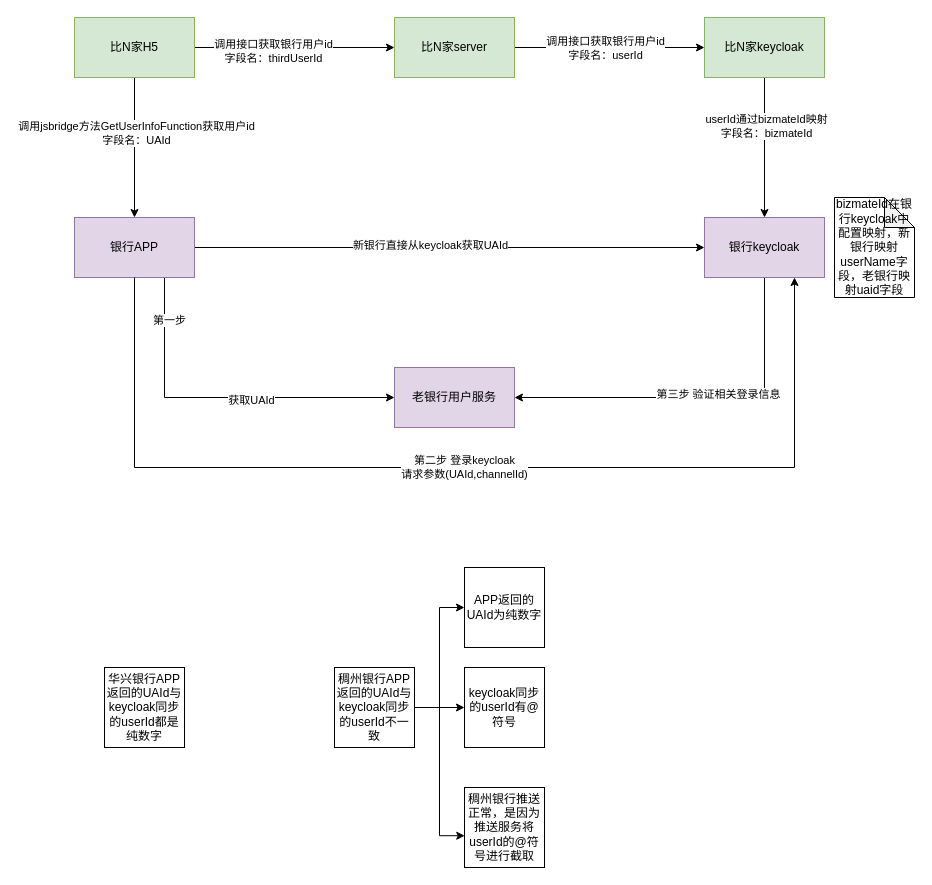
Earlier version of the draw.io diagram page "userId来源" (5 of 7) of B+.drawio (huturenji/drawio). Source tidied: cells renumbered, new cells numbered last; positions are measured from the earlier drawing's top-left corner, leaving out a move shared by most shapes. Both pictures are drawn from the tidied source at 100%, with x=0, y=0 at pixel (74, 17).
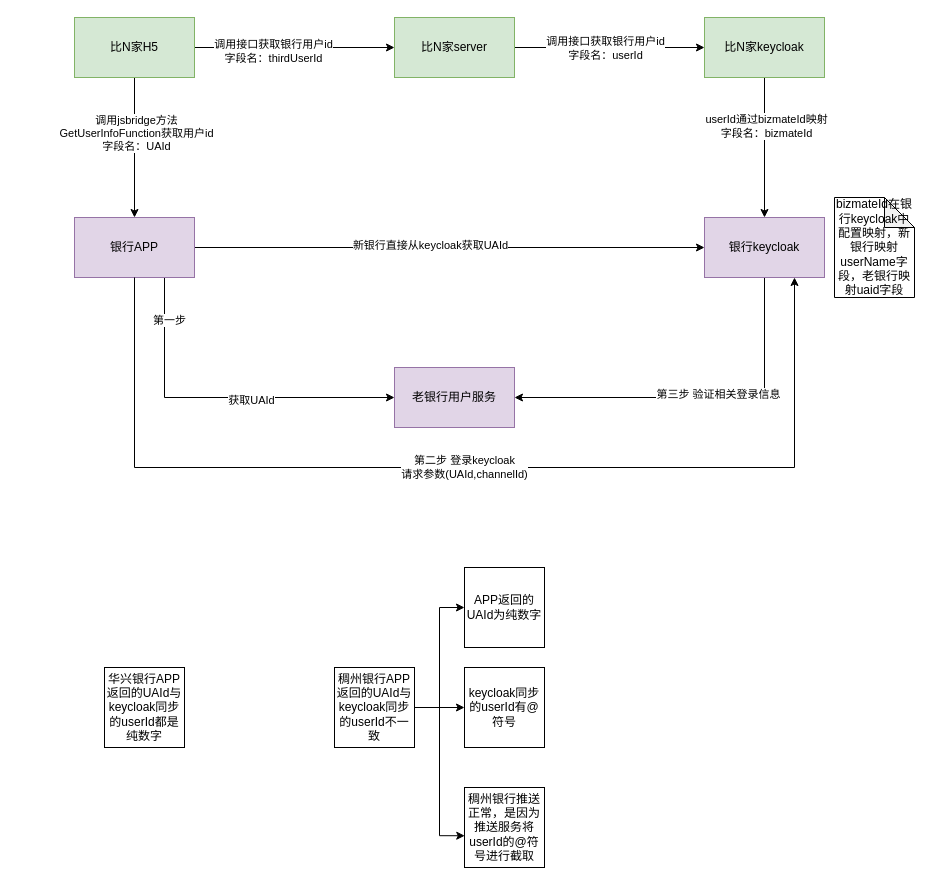
The same page after the edit.

Unchanged cells that the change refers to:
```xml
<mxCell id="14" style="edgeStyle=orthogonalEdgeStyle;rounded=0;jettySize=auto;html=1;exitX=0.5;exitY=1;exitDx=0;exitDy=0;" parent="1" edge="1" source="18" target="7">
  <mxGeometry relative="1" as="geometry" />
</mxCell>
```

Diff of the diagram source:
```diff
@@
-    <mxCell id="15" value="调用jsbridge方法GetUserInfoFunction获取用户id&lt;br&gt;字段名：UAId" style="edgeLabel;html=1;align=center;verticalAlign=middle;" parent="14" vertex="1">
+    <mxCell id="15" value="调用jsbridge方法&lt;br&gt;GetUserInfoFunction获取用户id&lt;br&gt;字段名：UAId" style="edgeLabel;html=1;align=center;verticalAlign=middle;" parent="14" vertex="1">
       <mxGeometry x="-0.21" y="1" relative="1" as="geometry" />
     </mxCell>
```
